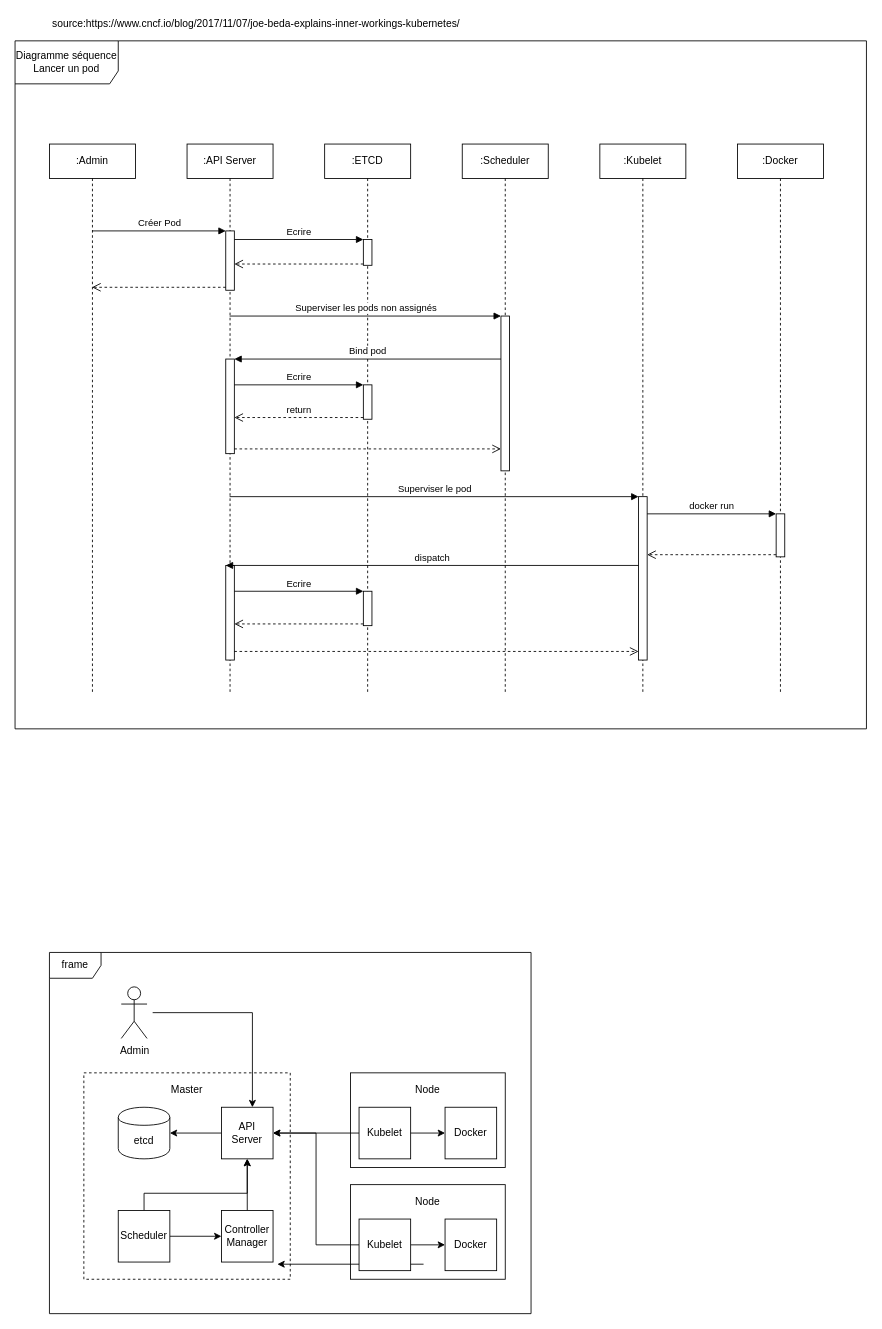
Earlier version of the draw.io diagram page "diagram_sequence_lancer_pod" (11 of 13) of Untitled Diagram.drawio (Samet-MohamedAmin/rapport_pfe). Source tidied: cells renumbered, new cells numbered last; positions are measured from the earlier drawing's top-left corner, leaving out a move shared by most shapes. Both pictures are drawn from the tidied source at 86%, with x=0, y=0 at pixel (15, 15).
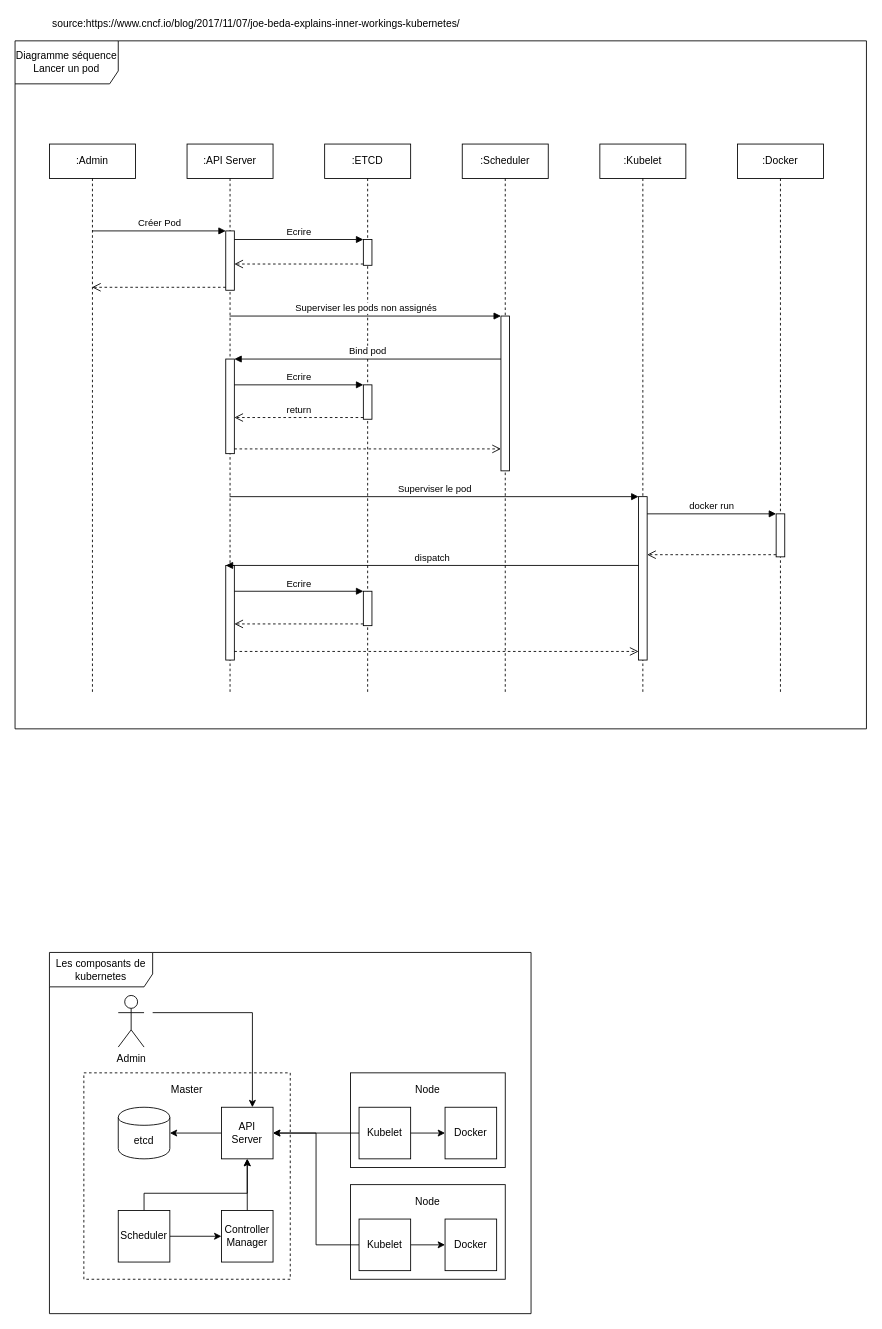
After the change.

Change to the diagram source:
```diff
@@
-    <mxCell id="2" value="frame" style="shape=umlFrame;whiteSpace=wrap;html=1;" parent="1" vertex="1">
+    <mxCell id="2" value="Les composants de kubernetes" style="shape=umlFrame;whiteSpace=wrap;html=1;width=120;height=40;" parent="1" vertex="1">
       <mxGeometry x="40" y="1090" width="560" height="420" as="geometry" />
     </mxCell>
@@
     <mxCell id="42" value="Admin" style="shape=umlActor;verticalLabelPosition=bottom;labelBackgroundColor=#ffffff;verticalAlign=top;html=1;shadow=0;perimeterSpacing=15;comic=0;" parent="1" vertex="1">
-      <mxGeometry x="123.5" y="1130" width="30" height="60" as="geometry" />
+      <mxGeometry x="120" y="1140" width="30" height="60" as="geometry" />
     </mxCell>
@@
-    <mxCell id="53" style="endArrow=classic;html=1;" parent="1" edge="1">
-      <mxGeometry relative="1" as="geometry">
-        <mxPoint x="475" y="1452.5" as="sourcePoint" />
-        <mxPoint x="305" y="1452.5" as="targetPoint" />
-      </mxGeometry>
-    </mxCell>
```
